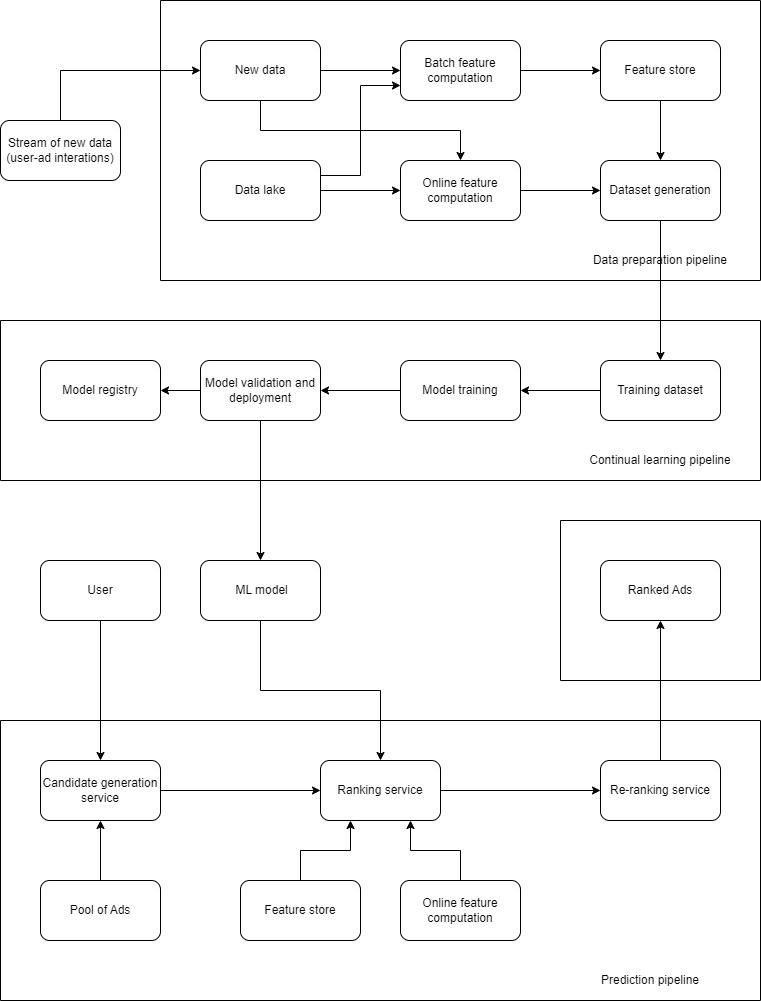
Earlier version of the draw.io export machine-learning/machine-learning-system-design/ad-click-prediction-on-social-platform1.png (riehseun/riehseun.github.io). Source tidied: cells renumbered, new cells last; positions are measured from the earlier drawing's top-left corner, leaving out a move shared by most shapes.
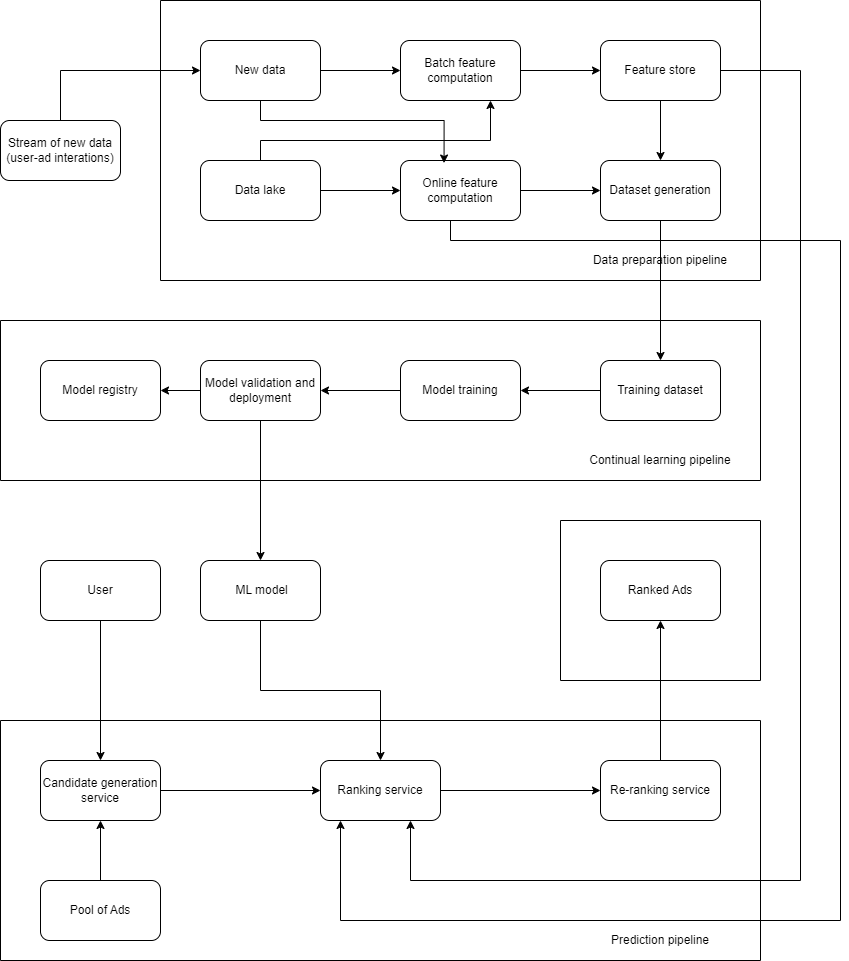
After the change.

Diff of the diagram source:
```diff
@@ -14,17 +14,19 @@
     <mxCell id="5" style="edgeStyle=orthogonalEdgeStyle;rounded=0;jettySize=auto;html=1;exitX=1;exitY=0.5;exitDx=0;exitDy=0;" parent="4" edge="1" source="7" target="12">
       <mxGeometry relative="1" as="geometry" />
     </mxCell>
-    <mxCell id="6" style="edgeStyle=orthogonalEdgeStyle;rounded=0;jettySize=auto;html=1;exitX=0.5;exitY=1;exitDx=0;exitDy=0;entryX=0.5;entryY=0;entryDx=0;entryDy=0;" parent="4" edge="1" source="7" target="14">
-      <mxGeometry relative="1" as="geometry" />
-    </mxCell>
     <mxCell id="7" value="New data" style="rounded=1;whiteSpace=wrap;html=1;" parent="4" vertex="1">
       <mxGeometry x="40" y="40" width="120" height="60" as="geometry" />
     </mxCell>
     <mxCell id="8" style="edgeStyle=orthogonalEdgeStyle;rounded=0;jettySize=auto;html=1;exitX=1;exitY=0.5;exitDx=0;exitDy=0;entryX=0;entryY=0.5;entryDx=0;entryDy=0;" parent="4" edge="1" source="10" target="14">
       <mxGeometry relative="1" as="geometry" />
     </mxCell>
-    <mxCell id="9" style="edgeStyle=orthogonalEdgeStyle;rounded=0;jettySize=auto;html=1;exitX=1;exitY=0.25;exitDx=0;exitDy=0;entryX=0;entryY=0.75;entryDx=0;entryDy=0;" parent="4" edge="1" source="10" target="12">
-      <mxGeometry relative="1" as="geometry" />
+    <mxCell id="9" style="edgeStyle=orthogonalEdgeStyle;rounded=0;jettySize=auto;html=1;exitX=0.5;exitY=0;exitDx=0;exitDy=0;entryX=0.75;entryY=1;entryDx=0;entryDy=0;" parent="4" edge="1" source="10" target="12">
+      <mxGeometry relative="1" as="geometry">
+        <Array as="points">
+          <mxPoint x="100" y="140" />
+          <mxPoint x="330" y="140" />
+        </Array>
+      </mxGeometry>
     </mxCell>
     <mxCell id="10" value="Data lake" style="rounded=1;whiteSpace=wrap;html=1;" parent="4" vertex="1">
       <mxGeometry x="40" y="160" width="120" height="60" as="geometry" />
@@ -53,6 +55,14 @@
     <mxCell id="18" value="Data preparation pipeline" style="text;html=1;align=center;verticalAlign=middle;whiteSpace=wrap;rounded=0;" parent="4" vertex="1">
       <mxGeometry x="400" y="240" width="200" height="40" as="geometry" />
     </mxCell>
+    <mxCell id="6" style="edgeStyle=orthogonalEdgeStyle;rounded=0;jettySize=auto;html=1;exitX=0.5;exitY=1;exitDx=0;exitDy=0;entryX=0.363;entryY=0.042;entryDx=0;entryDy=0;entryPerimeter=0;" parent="4" edge="1" source="7" target="14">
+      <mxGeometry relative="1" as="geometry">
+        <Array as="points">
+          <mxPoint x="100" y="120" />
+          <mxPoint x="284" y="120" />
+        </Array>
+      </mxGeometry>
+    </mxCell>
     <mxCell id="19" style="swimlane;startSize=0;" parent="1" vertex="1">
       <mxGeometry y="320" width="760" height="160" as="geometry" />
     </mxCell>
@@ -87,7 +97,7 @@
       <mxGeometry x="40" y="40" width="120" height="60" as="geometry" />
     </mxCell>
     <mxCell id="30" style="swimlane;startSize=0;" parent="1" vertex="1">
-      <mxGeometry y="720" width="760" height="280" as="geometry" />
+      <mxGeometry y="720" width="760" height="240" as="geometry" />
     </mxCell>
     <mxCell id="31" style="edgeStyle=orthogonalEdgeStyle;rounded=0;jettySize=auto;html=1;exitX=1;exitY=0.5;exitDx=0;exitDy=0;entryX=0;entryY=0.5;entryDx=0;entryDy=0;" parent="30" edge="1" source="32" target="37">
       <mxGeometry relative="1" as="geometry" />
@@ -110,20 +120,8 @@
     <mxCell id="37" value="Ranking service" style="rounded=1;whiteSpace=wrap;html=1;" parent="30" vertex="1">
       <mxGeometry x="320" y="40" width="120" height="60" as="geometry" />
     </mxCell>
-    <mxCell id="38" style="edgeStyle=orthogonalEdgeStyle;rounded=0;jettySize=auto;html=1;exitX=0.5;exitY=0;exitDx=0;exitDy=0;entryX=0.25;entryY=1;entryDx=0;entryDy=0;" parent="30" edge="1" source="39" target="37">
-      <mxGeometry relative="1" as="geometry" />
-    </mxCell>
-    <mxCell id="39" value="Feature store" style="rounded=1;whiteSpace=wrap;html=1;" parent="30" vertex="1">
-      <mxGeometry x="240" y="160" width="120" height="60" as="geometry" />
-    </mxCell>
-    <mxCell id="40" style="edgeStyle=orthogonalEdgeStyle;rounded=0;jettySize=auto;html=1;exitX=0.5;exitY=0;exitDx=0;exitDy=0;entryX=0.75;entryY=1;entryDx=0;entryDy=0;" parent="30" edge="1" source="41" target="37">
-      <mxGeometry relative="1" as="geometry" />
-    </mxCell>
-    <mxCell id="41" value="Online feature computation" style="rounded=1;whiteSpace=wrap;html=1;" parent="30" vertex="1">
-      <mxGeometry x="400" y="160" width="120" height="60" as="geometry" />
-    </mxCell>
     <mxCell id="42" value="Prediction pipeline" style="text;html=1;align=center;verticalAlign=middle;whiteSpace=wrap;rounded=0;" parent="30" vertex="1">
-      <mxGeometry x="550" y="240" width="200" height="40" as="geometry" />
+      <mxGeometry x="560" y="200" width="200" height="40" as="geometry" />
     </mxCell>
     <mxCell id="43" style="edgeStyle=orthogonalEdgeStyle;rounded=0;jettySize=auto;html=1;exitX=0.5;exitY=1;exitDx=0;exitDy=0;entryX=0.5;entryY=0;entryDx=0;entryDy=0;" parent="1" edge="1" source="44" target="37">
       <mxGeometry relative="1" as="geometry" />
@@ -146,5 +144,26 @@
     <mxCell id="49" value="User" style="rounded=1;whiteSpace=wrap;html=1;" parent="1" vertex="1">
       <mxGeometry x="40" y="560" width="120" height="60" as="geometry" />
     </mxCell>
+    <mxCell id="50" style="edgeStyle=orthogonalEdgeStyle;rounded=0;jettySize=auto;html=1;exitX=1;exitY=0.5;exitDx=0;exitDy=0;entryX=0.75;entryY=1;entryDx=0;entryDy=0;" parent="1" edge="1" source="16" target="37">
+      <mxGeometry relative="1" as="geometry">
+        <Array as="points">
+          <mxPoint x="800" y="70" />
+          <mxPoint x="800" y="880" />
+          <mxPoint x="410" y="880" />
+        </Array>
+      </mxGeometry>
+    </mxCell>
+    <mxCell id="51" style="edgeStyle=orthogonalEdgeStyle;rounded=0;orthogonalLoop=1;jettySize=auto;html=1;exitX=0.5;exitY=1;exitDx=0;exitDy=0;entryX=0.25;entryY=1;entryDx=0;entryDy=0;" parent="1" edge="1">
+      <mxGeometry relative="1" as="geometry">
+        <mxPoint x="450" y="220" as="sourcePoint" />
+        <mxPoint x="340" y="820" as="targetPoint" />
+        <Array as="points">
+          <mxPoint x="450" y="240" />
+          <mxPoint x="840" y="240" />
+          <mxPoint x="840" y="920" />
+          <mxPoint x="340" y="920" />
+        </Array>
+      </mxGeometry>
+    </mxCell>
   </root>
 </mxGraphModel>
```
